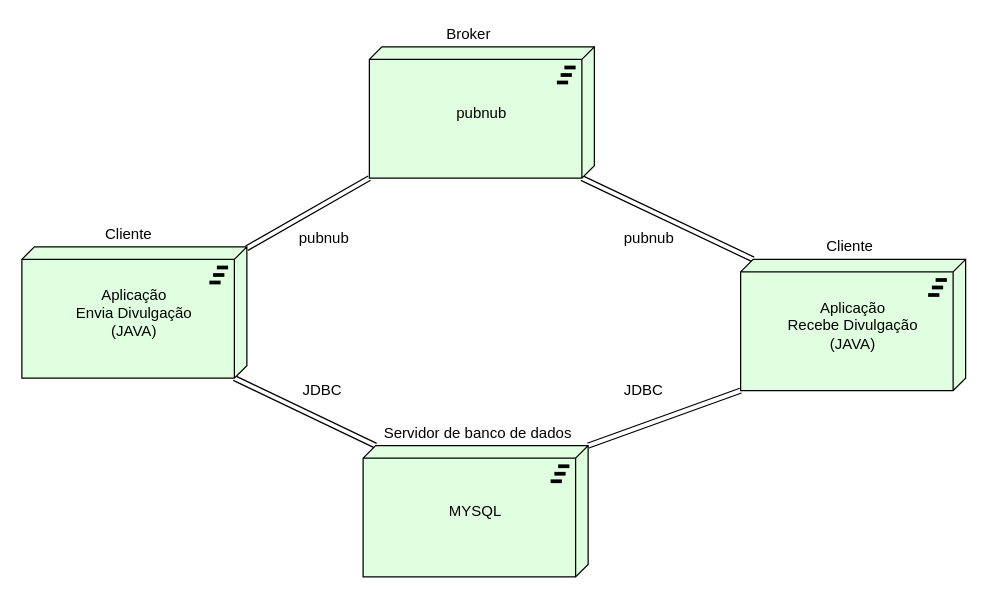
Earlier version of the draw.io diagram modelagem/diagrama_implantacao/diagrama_implantacao.drawio (BrunoLunardi/Java-PubNub-Envia-Divulgacao). Source tidied: cells renumbered, new cells numbered last; positions are measured from the earlier drawing's top-left corner, leaving out a move shared by most shapes. Both pictures are drawn from the tidied source at 125%, with x=0, y=0 at pixel (21, 21).
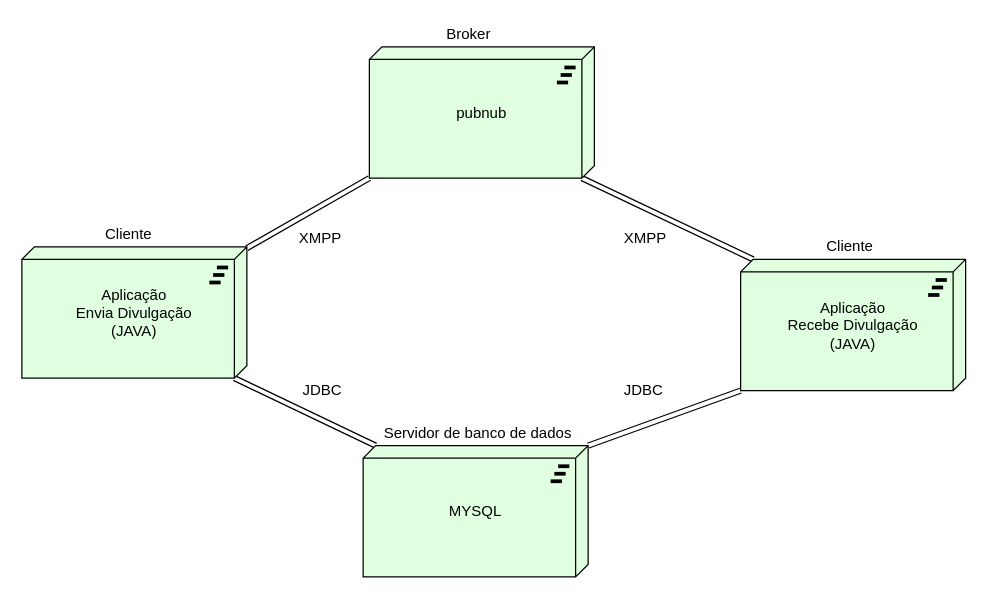
After the change.

Commit message (it also covers changes not shown here):
Alteração diagrama implantação

Change to the diagram source:
```diff
@@
 <mxGraphModel>
   <root>
     <mxCell id="0" />
     <mxCell id="1" parent="0" />
     <mxCell id="2" style="edgeStyle=none;shape=link;rounded=0;jettySize=auto;html=1;entryX=0;entryY=0;entryDx=10;entryDy=0;entryPerimeter=0;exitX=1;exitY=1;exitDx=-10;exitDy=0;exitPerimeter=0;" parent="1" edge="1" source="4" target="6">
       <mxGeometry relative="1" as="geometry" />
     </mxCell>
     <mxCell id="3" style="edgeStyle=none;shape=link;rounded=0;jettySize=auto;html=1;entryX=0;entryY=1;entryDx=0;entryDy=0;entryPerimeter=0;" parent="1" edge="1" source="4" target="10">
       <mxGeometry relative="1" as="geometry" />
     </mxCell>
     <mxCell id="4" value="Aplicação&lt;br&gt;Envia Divulgação&lt;br&gt;(JAVA)" style="html=1;outlineConnect=0;whiteSpace=wrap;fillColor=#E0FFE0;strokeColor=#000000;shape=mxgraph.archimate3.tech;techType=plateau;" parent="1" vertex="1">
       <mxGeometry y="180" width="180" height="105" as="geometry" />
     </mxCell>
     <mxCell id="5" value="&lt;span style=&quot;text-align: center ; white-space: normal&quot;&gt;Cliente&lt;/span&gt;" style="text;html=1;align=left;verticalAlign=top;spacingTop=-4;" parent="1" vertex="1">
       <mxGeometry x="65" y="160" width="50" height="20" as="geometry" />
     </mxCell>
     <mxCell id="6" value="MYSQL" style="html=1;outlineConnect=0;whiteSpace=wrap;fillColor=#E0FFE0;strokeColor=#000000;shape=mxgraph.archimate3.tech;techType=plateau;" parent="1" vertex="1">
       <mxGeometry x="273" y="339" width="180" height="105" as="geometry" />
     </mxCell>
     <mxCell id="7" value="Servidor de banco de dados" style="text;html=1;align=left;verticalAlign=top;spacingTop=-4;" parent="1" vertex="1">
       <mxGeometry x="288" y="319" width="170" height="20" as="geometry" />
     </mxCell>
     <mxCell id="8" value="JDBC" style="text;html=1;align=left;verticalAlign=top;spacingTop=-4;" parent="1" vertex="1">
       <mxGeometry x="223" y="285" width="50" height="20" as="geometry" />
     </mxCell>
     <mxCell id="9" style="edgeStyle=none;shape=link;rounded=0;jettySize=auto;html=1;entryX=0;entryY=0;entryDx=10;entryDy=0;entryPerimeter=0;exitX=1;exitY=1;exitDx=-10;exitDy=0;exitPerimeter=0;" parent="1" edge="1" source="10" target="13">
       <mxGeometry relative="1" as="geometry" />
     </mxCell>
     <mxCell id="10" value="pubnub" style="html=1;outlineConnect=0;whiteSpace=wrap;fillColor=#E0FFE0;strokeColor=#000000;shape=mxgraph.archimate3.tech;techType=plateau;" parent="1" vertex="1">
       <mxGeometry x="278" y="20" width="180" height="105" as="geometry" />
     </mxCell>
-    <mxCell id="11" value="pubnub" style="text;html=1;align=left;verticalAlign=top;spacingTop=-4;" parent="1" vertex="1">
-      <mxGeometry x="220" y="163" width="60" height="20" as="geometry" />
+    <mxCell id="11" value="XMPP" style="text;html=1;align=left;verticalAlign=top;spacingTop=-4;" parent="1" vertex="1">
+      <mxGeometry x="220" y="163" width="50" height="20" as="geometry" />
     </mxCell>
     <mxCell id="12" style="edgeStyle=none;shape=link;rounded=0;jettySize=auto;html=1;entryX=1;entryY=0;entryDx=0;entryDy=0;entryPerimeter=0;exitX=0;exitY=1;exitDx=0;exitDy=0;exitPerimeter=0;" parent="1" edge="1" source="13" target="6">
       <mxGeometry relative="1" as="geometry" />
     </mxCell>
     <mxCell id="13" value="Aplicação&lt;br&gt;Recebe Divulgação&lt;br&gt;(JAVA)" style="html=1;outlineConnect=0;whiteSpace=wrap;fillColor=#E0FFE0;strokeColor=#000000;shape=mxgraph.archimate3.tech;techType=plateau;" parent="1" vertex="1">
       <mxGeometry x="575" y="190" width="180" height="105" as="geometry" />
     </mxCell>
-    <mxCell id="14" value="pubnub" style="text;html=1;align=left;verticalAlign=top;spacingTop=-4;" parent="1" vertex="1">
-      <mxGeometry x="480" y="163" width="60" height="20" as="geometry" />
+    <mxCell id="14" value="XMPP" style="text;html=1;align=left;verticalAlign=top;spacingTop=-4;" parent="1" vertex="1">
+      <mxGeometry x="480" y="163" width="50" height="20" as="geometry" />
     </mxCell>
     <mxCell id="15" value="Broker" style="text;html=1;align=left;verticalAlign=top;spacingTop=-4;" parent="1" vertex="1">
       <mxGeometry x="338" width="50" height="20" as="geometry" />
     </mxCell>
     <mxCell id="16" value="JDBC" style="text;html=1;align=left;verticalAlign=top;spacingTop=-4;" parent="1" vertex="1">
       <mxGeometry x="480" y="285" width="50" height="20" as="geometry" />
     </mxCell>
     <mxCell id="17" value="Cliente" style="text;html=1;align=left;verticalAlign=top;spacingTop=-4;" parent="1" vertex="1">
       <mxGeometry x="642" y="170" width="50" height="20" as="geometry" />
     </mxCell>
   </root>
 </mxGraphModel>
```
